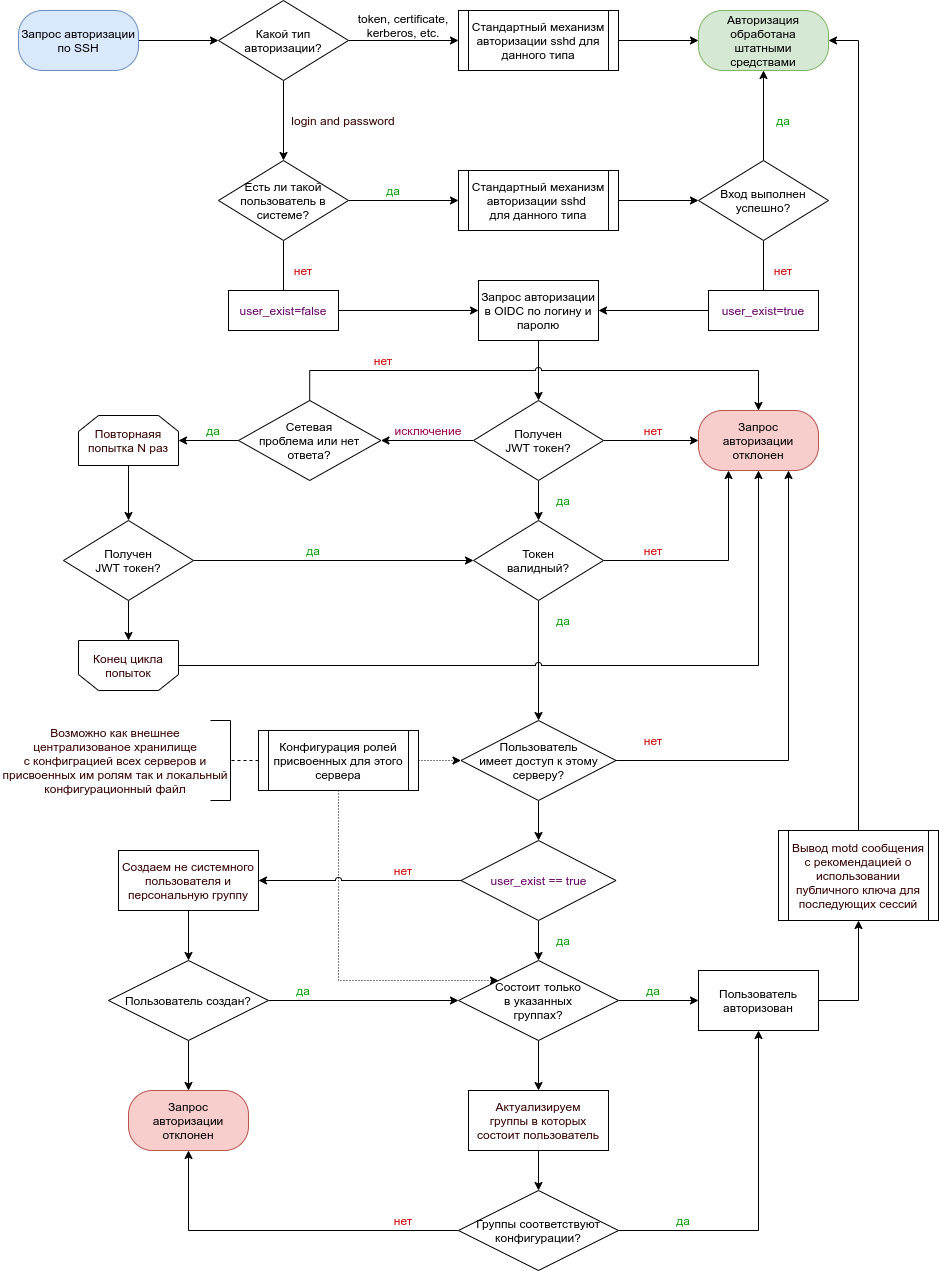
WoozyMasta/pam-oidc keeps this draw.io diagram as docs/pam-oidc-block-scheme.png. Above is the earlier version. Source tidied: cells renumbered, new cells last; positions are measured from the earlier drawing's top-left corner, leaving out a move shared by most shapes.
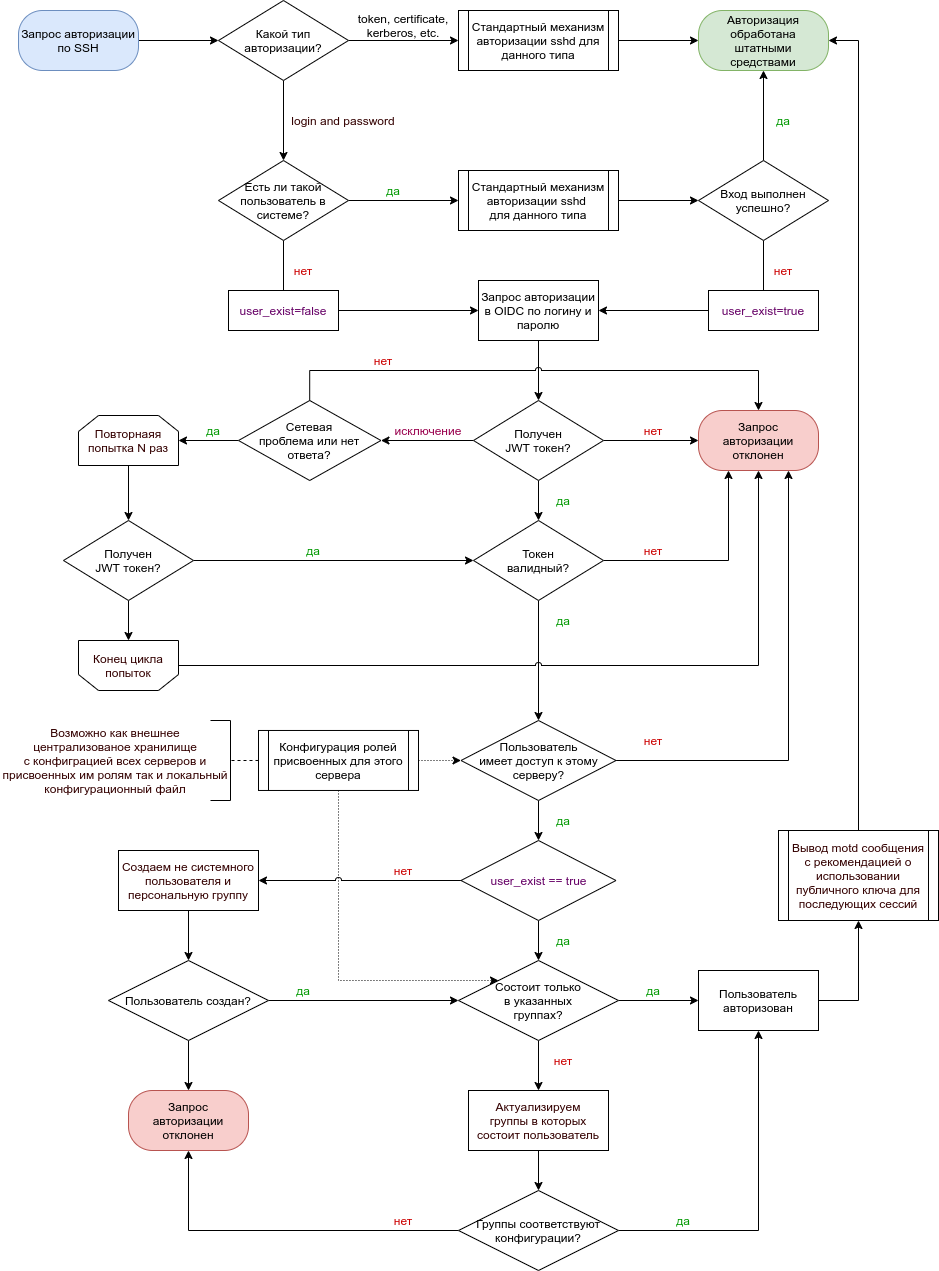
After the change.

The edit, as a diff of the source:
```diff
@@ -316,5 +316,11 @@
     <mxCell id="91" value="Вывод motd сообщения с рекомендацией о использовании публичного ключа для последующих сессий" style="shape=process;whiteSpace=wrap;html=1;backgroundOutline=1;fontColor=#330000;fillColor=#ffffff;size=0.0625;" parent="1" vertex="1">
       <mxGeometry x="778" y="830" width="160" height="90" as="geometry" />
     </mxCell>
+    <mxCell id="92" value="да" style="text;html=1;align=center;verticalAlign=middle;whiteSpace=wrap;rounded=0;fontColor=#009900;" parent="1" vertex="1">
+      <mxGeometry x="538" y="810" width="50" height="20" as="geometry" />
+    </mxCell>
+    <mxCell id="93" value="нет" style="text;html=1;strokeColor=none;fillColor=none;align=center;verticalAlign=middle;whiteSpace=wrap;rounded=0;fontColor=#CC0000;" parent="1" vertex="1">
+      <mxGeometry x="538" y="1050" width="50" height="20" as="geometry" />
+    </mxCell>
   </root>
 </mxGraphModel>
```
